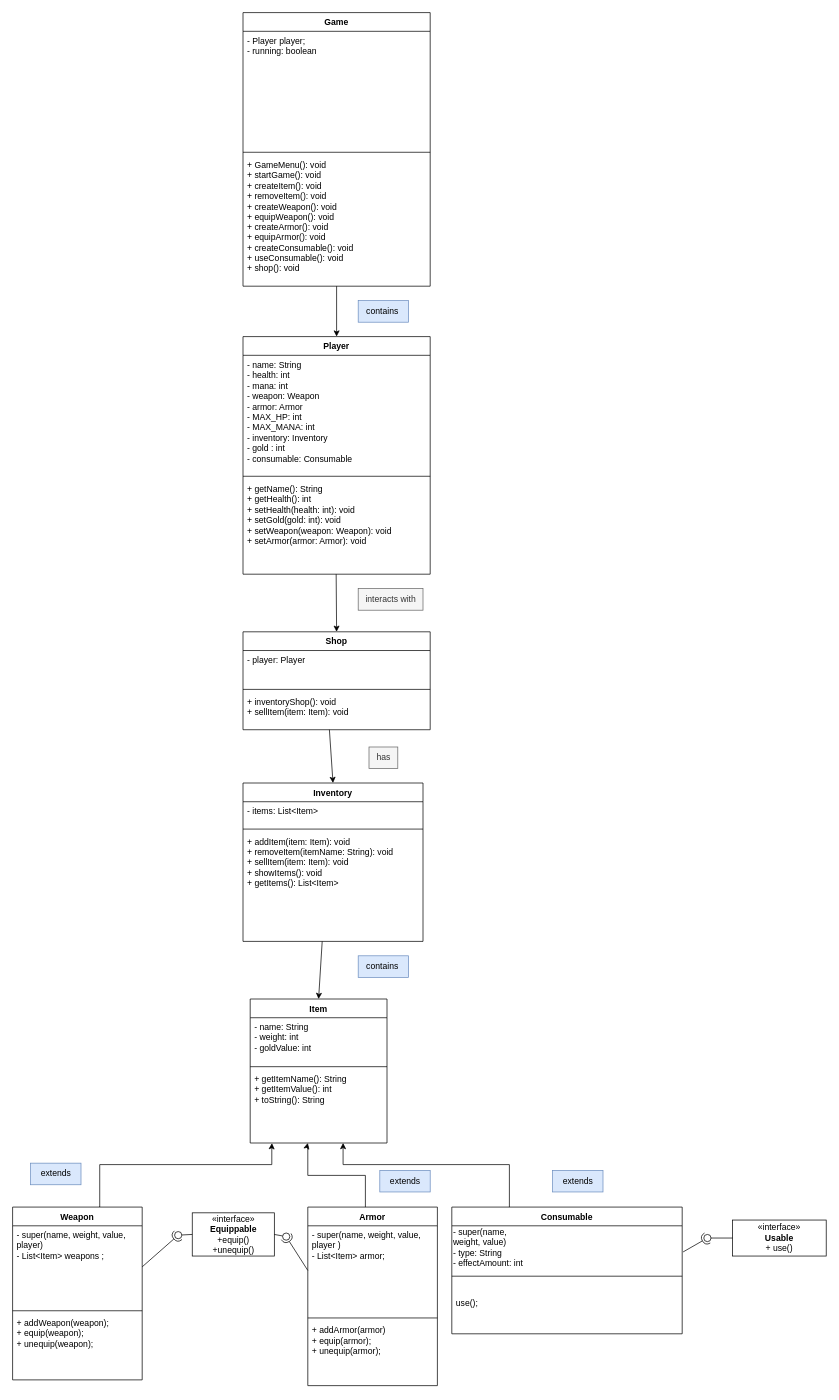
Earlier version of the draw.io diagram RPG-Slutuppgift-2024.drawio (Mezea11/RPG-Slutuppgift.2024). Source tidied: cells renumbered, new cells numbered last; positions are measured from the earlier drawing's top-left corner, leaving out a move shared by most shapes. Both pictures are drawn from the tidied source at 72%, with x=0, y=0 at pixel (12, 12).
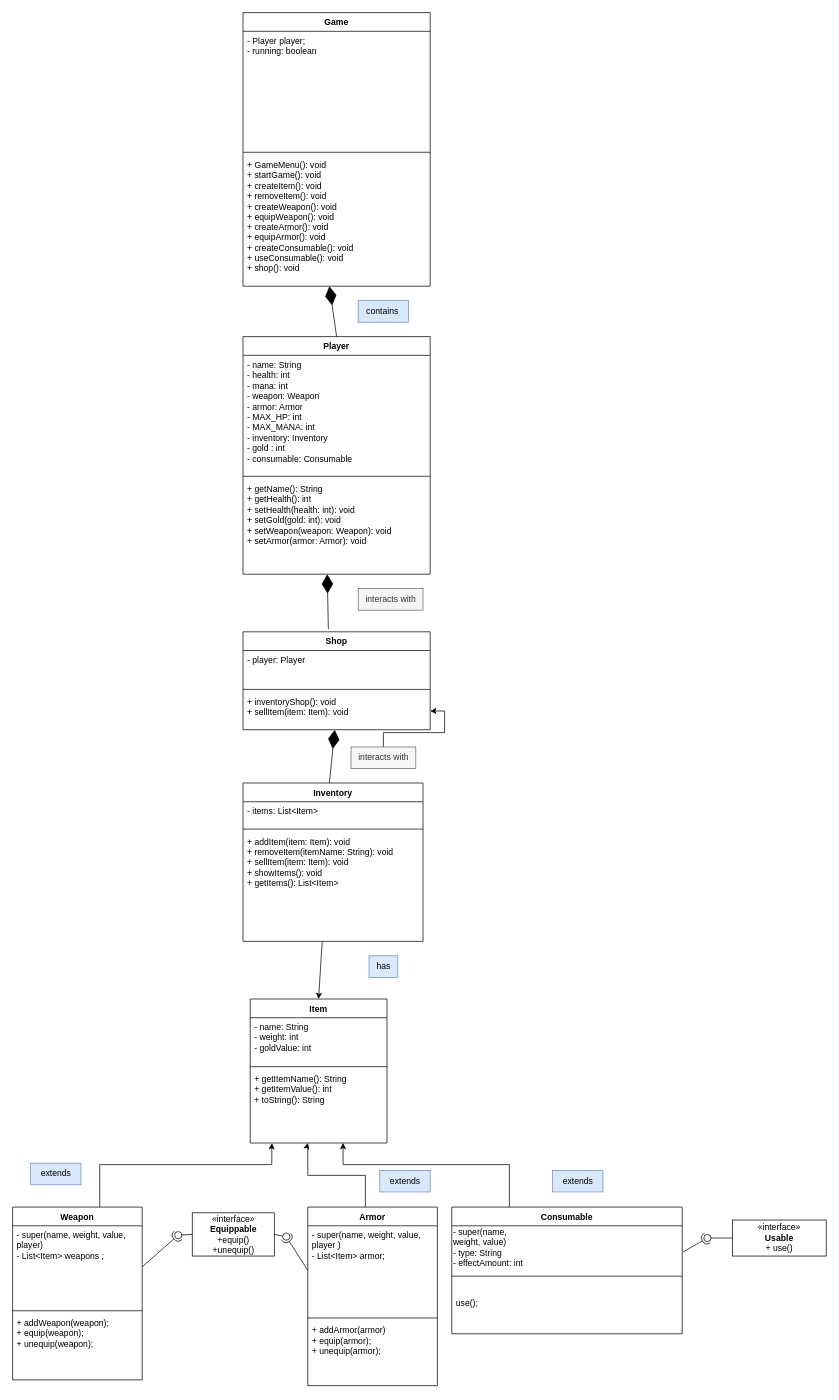
The same page after the edit.

The change refers to these unchanged cells:
```xml
<mxCell id="2" value="Inventory" style="swimlane;fontStyle=1;align=center;verticalAlign=top;horizontal=1;startSize=26;whiteSpace=wrap;html=1;" parent="1" vertex="1">
  <mxGeometry x="320" y="1070" width="250" height="220" as="geometry" />
</mxCell>
<mxCell id="36" value="Player" style="swimlane;fontStyle=1;align=center;verticalAlign=top;horizontal=1;startSize=26;whiteSpace=wrap;html=1;" parent="1" vertex="1">
  <mxGeometry x="320" y="450" width="260" height="330" as="geometry" />
</mxCell>
<mxCell id="40" value="Game" style="swimlane;fontStyle=1;align=center;verticalAlign=top;horizontal=1;startSize=26;whiteSpace=wrap;html=1;" parent="1" vertex="1">
  <mxGeometry x="320" width="260" height="380" as="geometry" />
</mxCell>
<mxCell id="45" value="Shop" style="swimlane;fontStyle=1;align=center;verticalAlign=top;horizontal=1;startSize=26;whiteSpace=wrap;html=1;" parent="1" vertex="1">
  <mxGeometry x="320" y="860" width="260" height="136" as="geometry" />
</mxCell>
<mxCell id="48" value="+ inventoryShop(): void&lt;div&gt;+ sellItem(item: Item): void&lt;/div&gt;" style="text;strokeColor=none;fillColor=none;align=left;verticalAlign=top;spacingLeft=4;spacingRight=4;overflow=hidden;points=[[0,0.5],[1,0.5]];portConstraint=eastwest;whiteSpace=wrap;html=1;" parent="45" vertex="1">
  <mxGeometry y="84" width="260" height="52" as="geometry" />
</mxCell>
```

Diff of the diagram source:
```diff
@@
-    <mxCell id="44" style="endArrow=classic;html=1;rounded=0;entryX=0.5;entryY=0;entryDx=0;entryDy=0;" parent="40" edge="1" target="36">
-      <mxGeometry relative="1" as="geometry">
-        <mxPoint x="130" y="380" as="sourcePoint" />
-      </mxGeometry>
-    </mxCell>
@@
-    <mxCell id="51" style="endArrow=classic;html=1;rounded=0;entryX=0.5;entryY=0;entryDx=0;entryDy=0;" parent="1" edge="1" target="45">
-      <mxGeometry relative="1" as="geometry">
-        <mxPoint x="449.4" y="780" as="sourcePoint" />
-      </mxGeometry>
-    </mxCell>
-    <mxCell id="52" style="endArrow=classic;html=1;rounded=0;entryX=0.5;entryY=0;entryDx=0;entryDy=0;" parent="1" edge="1" target="2">
-      <mxGeometry relative="1" as="geometry">
-        <mxPoint x="440" y="996" as="sourcePoint" />
-      </mxGeometry>
-    </mxCell>
+    <mxCell id="59" style="edgeStyle=orthogonalEdgeStyle;rounded=0;jettySize=auto;html=1;" parent="1" edge="1" source="53" target="48">
+      <mxGeometry relative="1" as="geometry" />
+    </mxCell>
-    <mxCell id="53" value="has" style="text;html=1;align=center;verticalAlign=middle;points=[];fillColor=#f5f5f5;fontColor=#333333;strokeColor=#666666;" parent="1" vertex="1">
-      <mxGeometry x="495" y="1020" width="40" height="30" as="geometry" />
+    <mxCell id="53" value="interacts with" style="text;html=1;align=center;verticalAlign=middle;points=[];fillColor=#f5f5f5;fontColor=#333333;strokeColor=#666666;" parent="1" vertex="1">
+      <mxGeometry x="470" y="1020" width="90" height="30" as="geometry" />
     </mxCell>
-    <mxCell id="54" value="contains&amp;nbsp;" style="text;html=1;align=center;verticalAlign=middle;strokeColor=#6c8ebf;fillColor=#dae8fc;" parent="1" vertex="1">
-      <mxGeometry x="480" y="1310" width="70" height="30" as="geometry" />
+    <mxCell id="54" value="has" style="text;html=1;align=center;verticalAlign=middle;strokeColor=#6c8ebf;fillColor=#dae8fc;" parent="1" vertex="1">
+      <mxGeometry x="495" y="1310" width="40" height="30" as="geometry" />
     </mxCell>
@@
+    <mxCell id="60" style="endArrow=diamondThin;endFill=1;endSize=24;html=1;rounded=0;" parent="1" edge="1" target="48">
+      <mxGeometry relative="1" as="geometry">
+        <mxPoint x="440" y="1070" as="sourcePoint" />
+      </mxGeometry>
+    </mxCell>
+    <mxCell id="61" style="endArrow=diamondThin;endFill=1;endSize=24;html=1;rounded=0;exitX=0.456;exitY=-0.025;exitDx=0;exitDy=0;exitPerimeter=0;" parent="1" edge="1" source="45">
+      <mxGeometry relative="1" as="geometry">
+        <mxPoint x="437" y="780" as="targetPoint" />
+      </mxGeometry>
+    </mxCell>
+    <mxCell id="62" style="endArrow=diamondThin;endFill=1;endSize=24;html=1;rounded=0;exitX=0.5;exitY=0;exitDx=0;exitDy=0;" parent="1" edge="1" source="36">
+      <mxGeometry relative="1" as="geometry">
+        <mxPoint x="440" y="380" as="targetPoint" />
+      </mxGeometry>
+    </mxCell>
```
